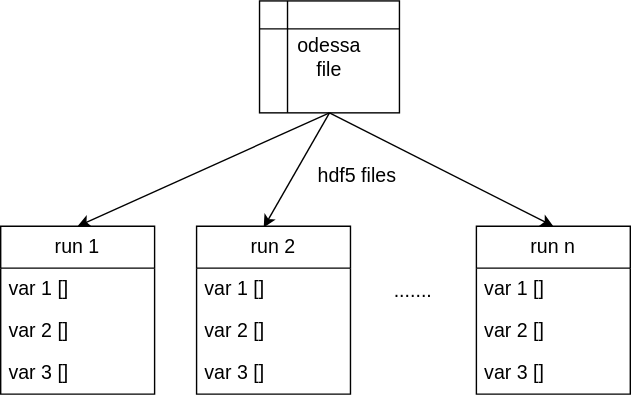
Before: doc/assas_data_processing.svg, a diagram exported from draw.io (ke4920/assas_data). Source tidied: cells renumbered, new cells last; positions are measured from the earlier drawing's top-left corner, leaving out a move shared by most shapes. The source it was exported from:
```xml
<mxGraphModel>
  <root>
    <mxCell id="0" />
    <mxCell id="1" parent="0" />
    <mxCell id="2" value="odessa &lt;br&gt;file" style="shape=internalStorage;whiteSpace=wrap;html=1;backgroundOutline=1;fontSize=14;" parent="1" vertex="1">
      <mxGeometry x="185" width="100" height="80" as="geometry" />
    </mxCell>
    <mxCell id="3" value="......." style="text;html=1;strokeColor=none;fillColor=none;align=center;verticalAlign=middle;whiteSpace=wrap;rounded=0;fontSize=14;" parent="1" vertex="1">
      <mxGeometry x="265" y="192" width="60" height="30" as="geometry" />
    </mxCell>
    <mxCell id="4" style="endArrow=classic;html=1;fontSize=14;exitX=0.5;exitY=1;exitDx=0;exitDy=0;entryX=0.5;entryY=0;entryDx=0;entryDy=0;" parent="1" edge="1" source="2" target="7">
      <mxGeometry relative="1" as="geometry" />
    </mxCell>
    <mxCell id="5" style="endArrow=classic;html=1;fontSize=14;exitX=0.5;exitY=1;exitDx=0;exitDy=0;entryX=0.436;entryY=0.008;entryDx=0;entryDy=0;entryPerimeter=0;" parent="1" edge="1" source="2" target="11">
      <mxGeometry relative="1" as="geometry" />
    </mxCell>
    <mxCell id="6" style="endArrow=classic;html=1;fontSize=14;exitX=0.5;exitY=1;exitDx=0;exitDy=0;entryX=0.5;entryY=0;entryDx=0;entryDy=0;" parent="1" edge="1" source="2" target="16">
      <mxGeometry relative="1" as="geometry" />
    </mxCell>
    <mxCell id="7" value="run 1" style="swimlane;fontStyle=0;horizontal=1;startSize=30;whiteSpace=wrap;html=1;fontSize=14;" parent="1" vertex="1">
      <mxGeometry y="161" width="110" height="120" as="geometry" />
    </mxCell>
    <mxCell id="8" value="var 1 []" style="text;strokeColor=none;fillColor=none;align=left;verticalAlign=middle;spacingLeft=4;spacingRight=4;overflow=hidden;whiteSpace=wrap;html=1;fontSize=14;" parent="7" vertex="1">
      <mxGeometry y="30" width="110" height="30" as="geometry" />
    </mxCell>
    <mxCell id="9" value="var 2 []" style="text;strokeColor=none;fillColor=none;align=left;verticalAlign=middle;spacingLeft=4;spacingRight=4;overflow=hidden;whiteSpace=wrap;html=1;fontSize=14;" parent="7" vertex="1">
      <mxGeometry y="60" width="110" height="30" as="geometry" />
    </mxCell>
    <mxCell id="10" value="var 3 []" style="text;strokeColor=none;fillColor=none;align=left;verticalAlign=middle;spacingLeft=4;spacingRight=4;overflow=hidden;whiteSpace=wrap;html=1;fontSize=14;" parent="7" vertex="1">
      <mxGeometry y="90" width="110" height="30" as="geometry" />
    </mxCell>
    <mxCell id="11" value="run 2" style="swimlane;fontStyle=0;horizontal=1;startSize=30;whiteSpace=wrap;html=1;fontSize=14;" parent="1" vertex="1">
      <mxGeometry x="140" y="161" width="110" height="120" as="geometry" />
    </mxCell>
    <mxCell id="12" value="var 1 []" style="text;strokeColor=none;fillColor=none;align=left;verticalAlign=middle;spacingLeft=4;spacingRight=4;overflow=hidden;whiteSpace=wrap;html=1;fontSize=14;" parent="11" vertex="1">
      <mxGeometry y="30" width="110" height="30" as="geometry" />
    </mxCell>
    <mxCell id="13" value="var 2 []" style="text;strokeColor=none;fillColor=none;align=left;verticalAlign=middle;spacingLeft=4;spacingRight=4;overflow=hidden;whiteSpace=wrap;html=1;fontSize=14;" parent="11" vertex="1">
      <mxGeometry y="60" width="110" height="30" as="geometry" />
    </mxCell>
    <mxCell id="14" value="var 3 []" style="text;strokeColor=none;fillColor=none;align=left;verticalAlign=middle;spacingLeft=4;spacingRight=4;overflow=hidden;whiteSpace=wrap;html=1;fontSize=14;" parent="11" vertex="1">
      <mxGeometry y="90" width="110" height="30" as="geometry" />
    </mxCell>
    <mxCell id="15" value="hdf5 files" style="text;html=1;strokeColor=none;fillColor=none;align=center;verticalAlign=middle;whiteSpace=wrap;rounded=0;fontSize=14;" parent="1" vertex="1">
      <mxGeometry x="225" y="110" width="60" height="30" as="geometry" />
    </mxCell>
    <mxCell id="16" value="run n" style="swimlane;fontStyle=0;horizontal=1;startSize=30;whiteSpace=wrap;html=1;fontSize=14;" parent="1" vertex="1">
      <mxGeometry x="340" y="161" width="110" height="120" as="geometry" />
    </mxCell>
    <mxCell id="17" value="var 1 []" style="text;strokeColor=none;fillColor=none;align=left;verticalAlign=middle;spacingLeft=4;spacingRight=4;overflow=hidden;whiteSpace=wrap;html=1;fontSize=14;" parent="16" vertex="1">
      <mxGeometry y="30" width="110" height="30" as="geometry" />
    </mxCell>
    <mxCell id="18" value="var 2 []" style="text;strokeColor=none;fillColor=none;align=left;verticalAlign=middle;spacingLeft=4;spacingRight=4;overflow=hidden;whiteSpace=wrap;html=1;fontSize=14;" parent="16" vertex="1">
      <mxGeometry y="60" width="110" height="30" as="geometry" />
    </mxCell>
    <mxCell id="19" value="var 3 []" style="text;strokeColor=none;fillColor=none;align=left;verticalAlign=middle;spacingLeft=4;spacingRight=4;overflow=hidden;whiteSpace=wrap;html=1;fontSize=14;" parent="16" vertex="1">
      <mxGeometry y="90" width="110" height="30" as="geometry" />
    </mxCell>
  </root>
</mxGraphModel>
```
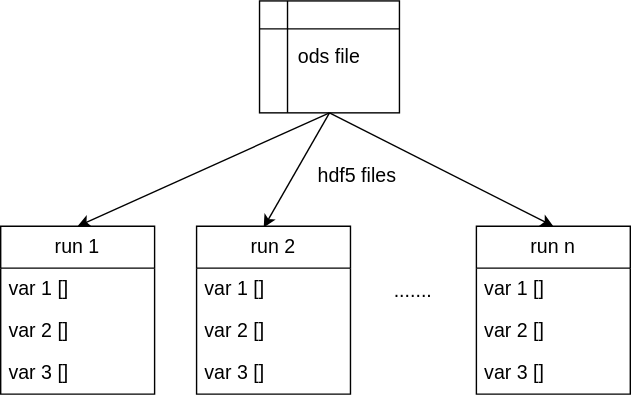
The same file after the commit.

Commit message:
continued docs, data structure

The edit, as a diff of the source:
```diff
@@ -2,7 +2,7 @@
   <root>
     <mxCell id="0" />
     <mxCell id="1" parent="0" />
-    <mxCell id="2" value="odessa &lt;br&gt;file" style="shape=internalStorage;whiteSpace=wrap;html=1;backgroundOutline=1;fontSize=14;" parent="1" vertex="1">
+    <mxCell id="2" value="ods&amp;nbsp;file" style="shape=internalStorage;whiteSpace=wrap;html=1;backgroundOutline=1;fontSize=14;" parent="1" vertex="1">
       <mxGeometry x="185" width="100" height="80" as="geometry" />
     </mxCell>
     <mxCell id="3" value="......." style="text;html=1;strokeColor=none;fillColor=none;align=center;verticalAlign=middle;whiteSpace=wrap;rounded=0;fontSize=14;" parent="1" vertex="1">
```
